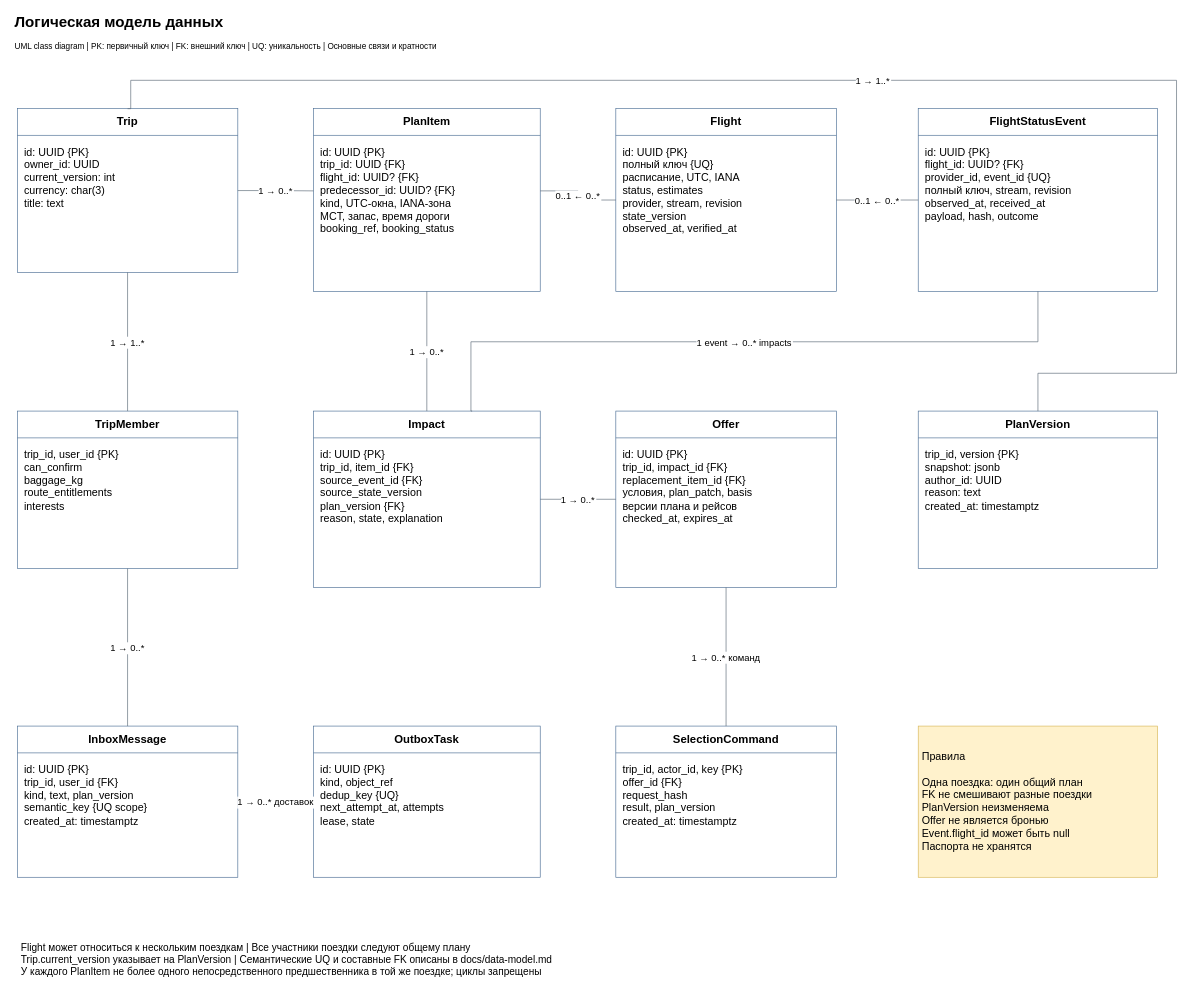
Above: docs/diagrams/04-data-model.drawio in klarty-n/alfred-travel-system-design (draw.io), before the change. Source tidied: cells renumbered, new cells numbered last; positions are measured from the earlier drawing's top-left corner, leaving out a move shared by most shapes. Both pictures are drawn from the tidied source at 63%, with x=0, y=0 at pixel (11, 11).
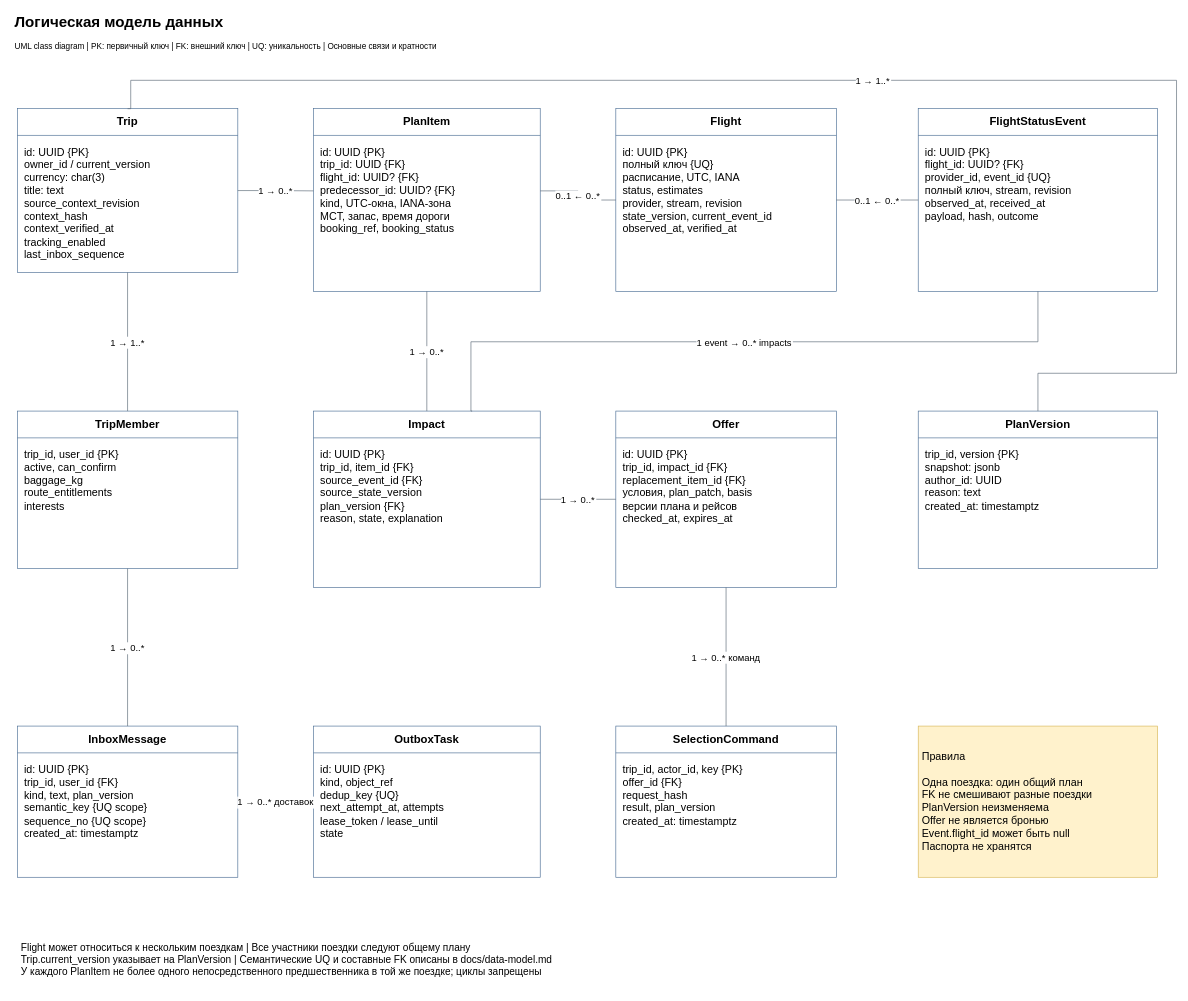
The same page after the edit.

The edit, as a diff of the source:
```diff
@@
-    <mxCell id="7" value="id: UUID {PK}&#10;owner_id: UUID&#10;current_version: int&#10;currency: char(3)&#10;title: text" style="text;html=0;whiteSpace=wrap;align=left;verticalAlign=middle;fontSize=14;spacing=6;fontFamily=Arial;fontSize=17;verticalAlign=top;" parent="1" vertex="1">
+    <mxCell id="7" value="id: UUID {PK}&#10;owner_id / current_version&#10;currency: char(3)&#10;title: text&#10;source_context_revision&#10;context_hash&#10;context_verified_at&#10;tracking_enabled&#10;last_inbox_sequence" style="text;html=0;whiteSpace=wrap;align=left;verticalAlign=middle;fontSize=14;spacing=6;fontFamily=Arial;fontSize=17;verticalAlign=top;" parent="1" vertex="1">
       <mxGeometry x="15" y="204" width="340" height="206" as="geometry" />
     </mxCell>
@@
-    <mxCell id="15" value="id: UUID {PK}&#10;полный ключ {UQ}&#10;расписание, UTC, IANA&#10;status, estimates&#10;provider, stream, revision&#10;state_version&#10;observed_at, verified_at" style="text;html=0;whiteSpace=wrap;align=left;verticalAlign=middle;fontSize=14;spacing=6;fontFamily=Arial;fontSize=17;verticalAlign=top;" parent="1" vertex="1">
+    <mxCell id="15" value="id: UUID {PK}&#10;полный ключ {UQ}&#10;расписание, UTC, IANA&#10;status, estimates&#10;provider, stream, revision&#10;state_version, current_event_id&#10;observed_at, verified_at" style="text;html=0;whiteSpace=wrap;align=left;verticalAlign=middle;fontSize=14;spacing=6;fontFamily=Arial;fontSize=17;verticalAlign=top;" parent="1" vertex="1">
       <mxGeometry x="965" y="204" width="340" height="236" as="geometry" />
     </mxCell>
@@
-    <mxCell id="23" value="trip_id, user_id {PK}&#10;can_confirm&#10;baggage_kg&#10;route_entitlements&#10;interests" style="text;html=0;whiteSpace=wrap;align=left;verticalAlign=middle;fontSize=14;spacing=6;fontFamily=Arial;fontSize=17;verticalAlign=top;" parent="1" vertex="1">
+    <mxCell id="23" value="trip_id, user_id {PK}&#10;active, can_confirm&#10;baggage_kg&#10;route_entitlements&#10;interests" style="text;html=0;whiteSpace=wrap;align=left;verticalAlign=middle;fontSize=14;spacing=6;fontFamily=Arial;fontSize=17;verticalAlign=top;" parent="1" vertex="1">
       <mxGeometry x="15" y="684" width="340" height="196" as="geometry" />
     </mxCell>
@@
-    <mxCell id="39" value="id: UUID {PK}&#10;trip_id, user_id {FK}&#10;kind, text, plan_version&#10;semantic_key {UQ scope}&#10;created_at: timestamptz" style="text;html=0;whiteSpace=wrap;align=left;verticalAlign=middle;fontSize=14;spacing=6;fontFamily=Arial;fontSize=17;verticalAlign=top;" parent="1" vertex="1">
+    <mxCell id="39" value="id: UUID {PK}&#10;trip_id, user_id {FK}&#10;kind, text, plan_version&#10;semantic_key {UQ scope}&#10;sequence_no {UQ scope}&#10;created_at: timestamptz" style="text;html=0;whiteSpace=wrap;align=left;verticalAlign=middle;fontSize=14;spacing=6;fontFamily=Arial;fontSize=17;verticalAlign=top;" parent="1" vertex="1">
       <mxGeometry x="15" y="1184" width="340" height="186" as="geometry" />
     </mxCell>
@@
-    <mxCell id="43" value="id: UUID {PK}&#10;kind, object_ref&#10;dedup_key {UQ}&#10;next_attempt_at, attempts&#10;lease, state" style="text;html=0;whiteSpace=wrap;align=left;verticalAlign=middle;fontSize=14;spacing=6;fontFamily=Arial;fontSize=17;verticalAlign=top;" parent="1" vertex="1">
+    <mxCell id="43" value="id: UUID {PK}&#10;kind, object_ref&#10;dedup_key {UQ}&#10;next_attempt_at, attempts&#10;lease_token / lease_until&#10;state" style="text;html=0;whiteSpace=wrap;align=left;verticalAlign=middle;fontSize=14;spacing=6;fontFamily=Arial;fontSize=17;verticalAlign=top;" parent="1" vertex="1">
       <mxGeometry x="485" y="1184" width="350" height="186" as="geometry" />
     </mxCell>
```
